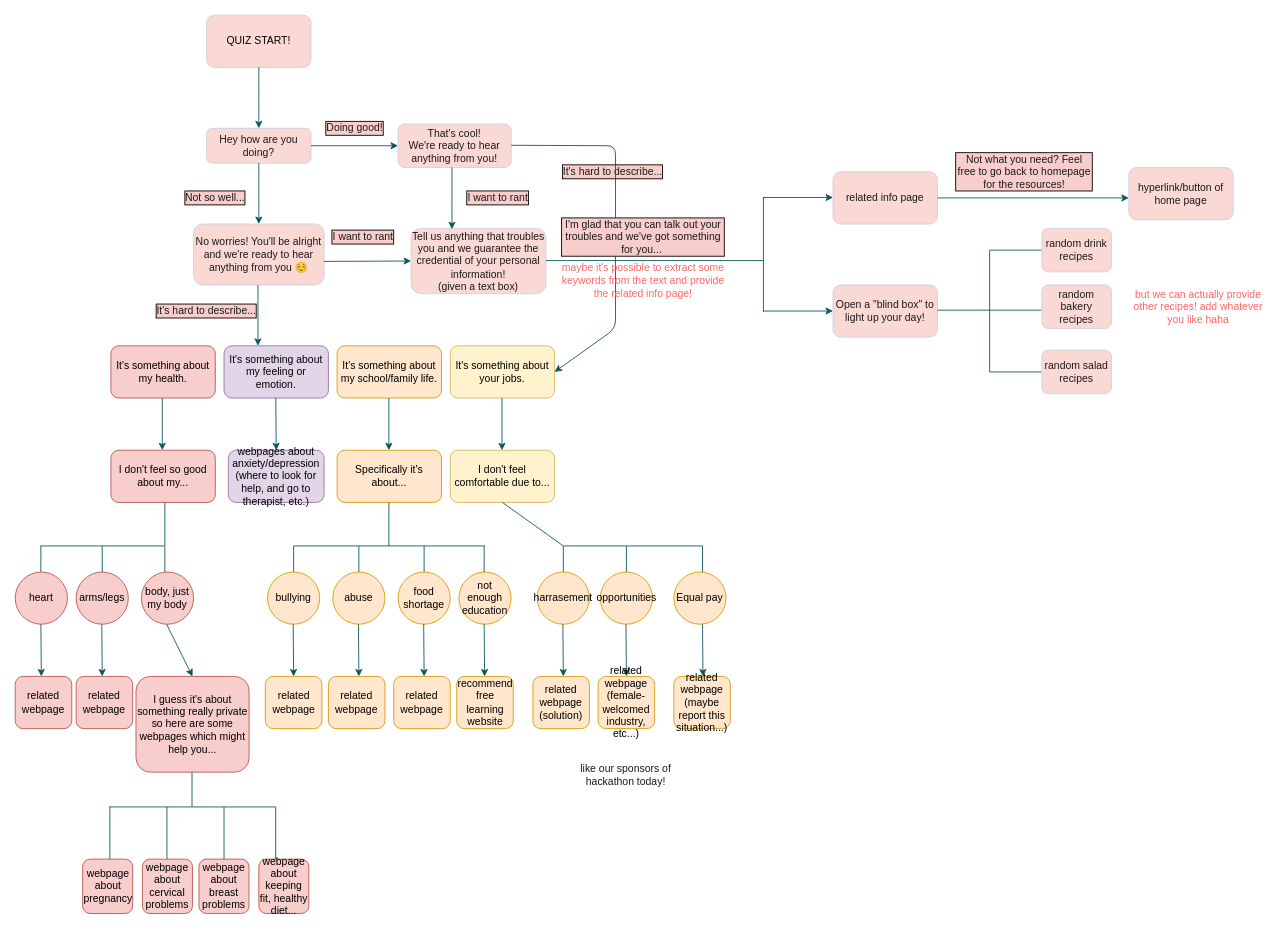
Before: Questionary.drawio in effiegao/cmd-f-hackathon-questionary, a draw.io diagram. Source tidied: cells renumbered, new cells numbered last; positions are measured from the earlier drawing's top-left corner, leaving out a move shared by most shapes. Both pictures are drawn from the tidied source at 87%, with x=0, y=0 at pixel (15, 15).
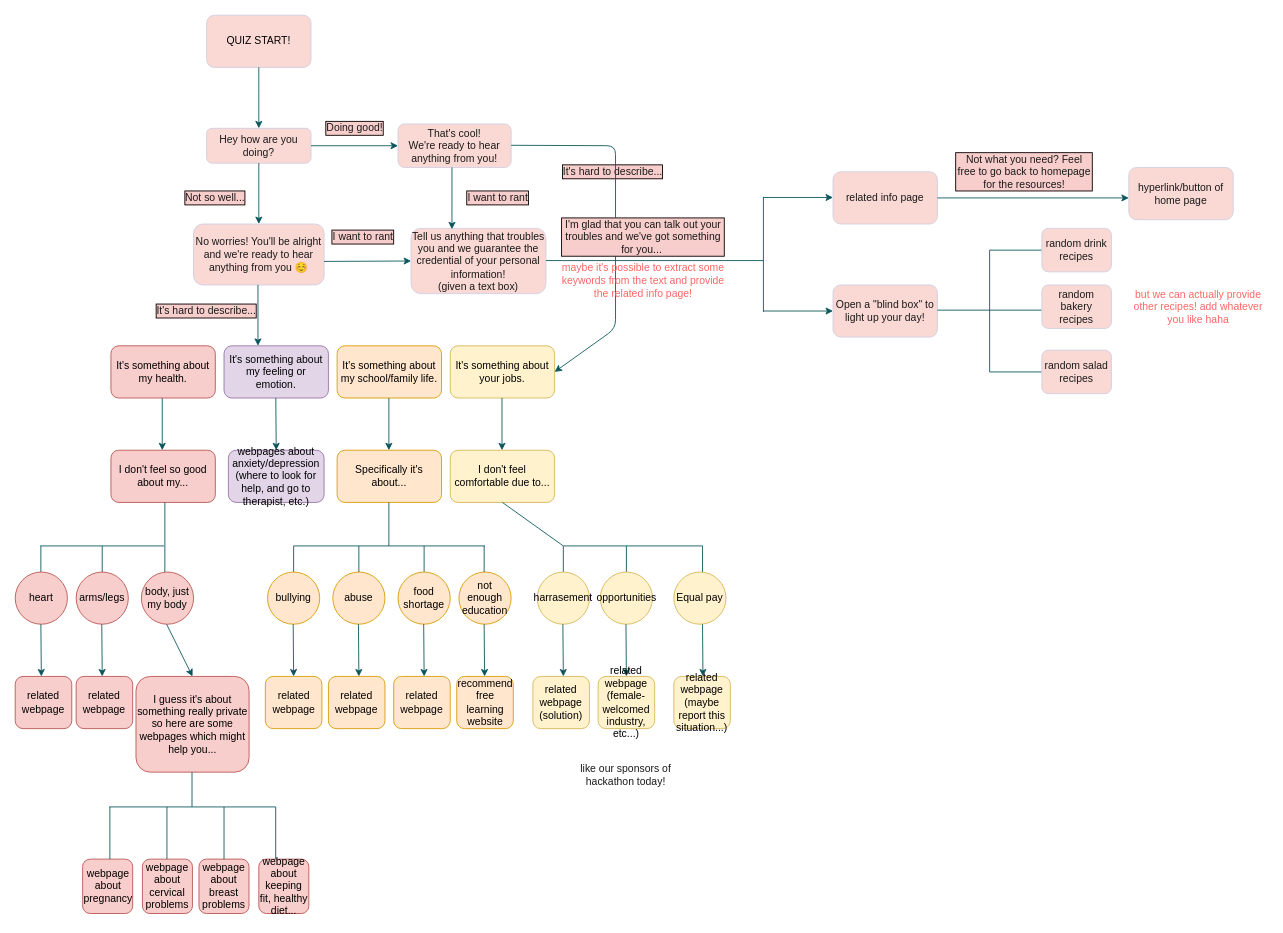
The same diagram, later.

Diff of the diagram source:
```diff
@@
-    <mxCell id="68" value="harrasement" style="ellipse;whiteSpace=wrap;html=1;rounded=0;sketch=0;strokeColor=#d79b00;fillColor=#ffe6cc;" parent="1" vertex="1">
+    <mxCell id="68" value="harrasement" style="ellipse;whiteSpace=wrap;html=1;rounded=0;sketch=0;strokeColor=#d6b656;fillColor=#fff2cc;" parent="1" vertex="1">
       <mxGeometry x="600" y="640" width="60" height="60" as="geometry" />
     </mxCell>
@@
-    <mxCell id="70" value="related webpage&lt;br&gt;(solution)" style="rounded=1;whiteSpace=wrap;html=1;sketch=0;strokeColor=#d79b00;fillColor=#ffe6cc;" parent="1" vertex="1">
+    <mxCell id="70" value="related webpage&lt;br&gt;(solution)" style="rounded=1;whiteSpace=wrap;html=1;sketch=0;strokeColor=#d6b656;fillColor=#fff2cc;" parent="1" vertex="1">
       <mxGeometry x="595" y="760" width="65" height="60" as="geometry" />
     </mxCell>
@@
-    <mxCell id="72" value="opportunities" style="ellipse;whiteSpace=wrap;html=1;rounded=0;sketch=0;strokeColor=#d79b00;fillColor=#ffe6cc;" parent="1" vertex="1">
+    <mxCell id="72" value="opportunities" style="ellipse;whiteSpace=wrap;html=1;rounded=0;sketch=0;strokeColor=#d6b656;fillColor=#fff2cc;" parent="1" vertex="1">
       <mxGeometry x="672.5" y="640" width="60" height="60" as="geometry" />
     </mxCell>
@@
-    <mxCell id="74" value="related webpage&lt;br&gt;(female-welcomed industry, etc...)" style="rounded=1;whiteSpace=wrap;html=1;sketch=0;strokeColor=#d79b00;fillColor=#ffe6cc;" parent="1" vertex="1">
+    <mxCell id="74" value="related webpage&lt;br&gt;(female-welcomed industry, etc...)" style="rounded=1;whiteSpace=wrap;html=1;sketch=0;strokeColor=#d6b656;fillColor=#fff2cc;" parent="1" vertex="1">
       <mxGeometry x="670" y="760" width="65" height="60" as="geometry" />
     </mxCell>
@@
-    <mxCell id="76" value="Equal pay" style="ellipse;whiteSpace=wrap;html=1;rounded=0;sketch=0;strokeColor=#d79b00;fillColor=#ffe6cc;" parent="1" vertex="1">
+    <mxCell id="76" value="Equal pay" style="ellipse;whiteSpace=wrap;html=1;rounded=0;sketch=0;strokeColor=#d6b656;fillColor=#fff2cc;" parent="1" vertex="1">
       <mxGeometry x="757" y="640" width="60" height="60" as="geometry" />
     </mxCell>
@@
-    <mxCell id="78" value="related webpage&lt;br&gt;(maybe report this situation...)" style="rounded=1;whiteSpace=wrap;html=1;sketch=0;strokeColor=#d79b00;fillColor=#ffe6cc;" parent="1" vertex="1">
+    <mxCell id="78" value="related webpage&lt;br&gt;(maybe report this situation...)" style="rounded=1;whiteSpace=wrap;html=1;sketch=0;strokeColor=#d6b656;fillColor=#fff2cc;" parent="1" vertex="1">
       <mxGeometry x="757" y="760" width="65" height="60" as="geometry" />
     </mxCell>
```
